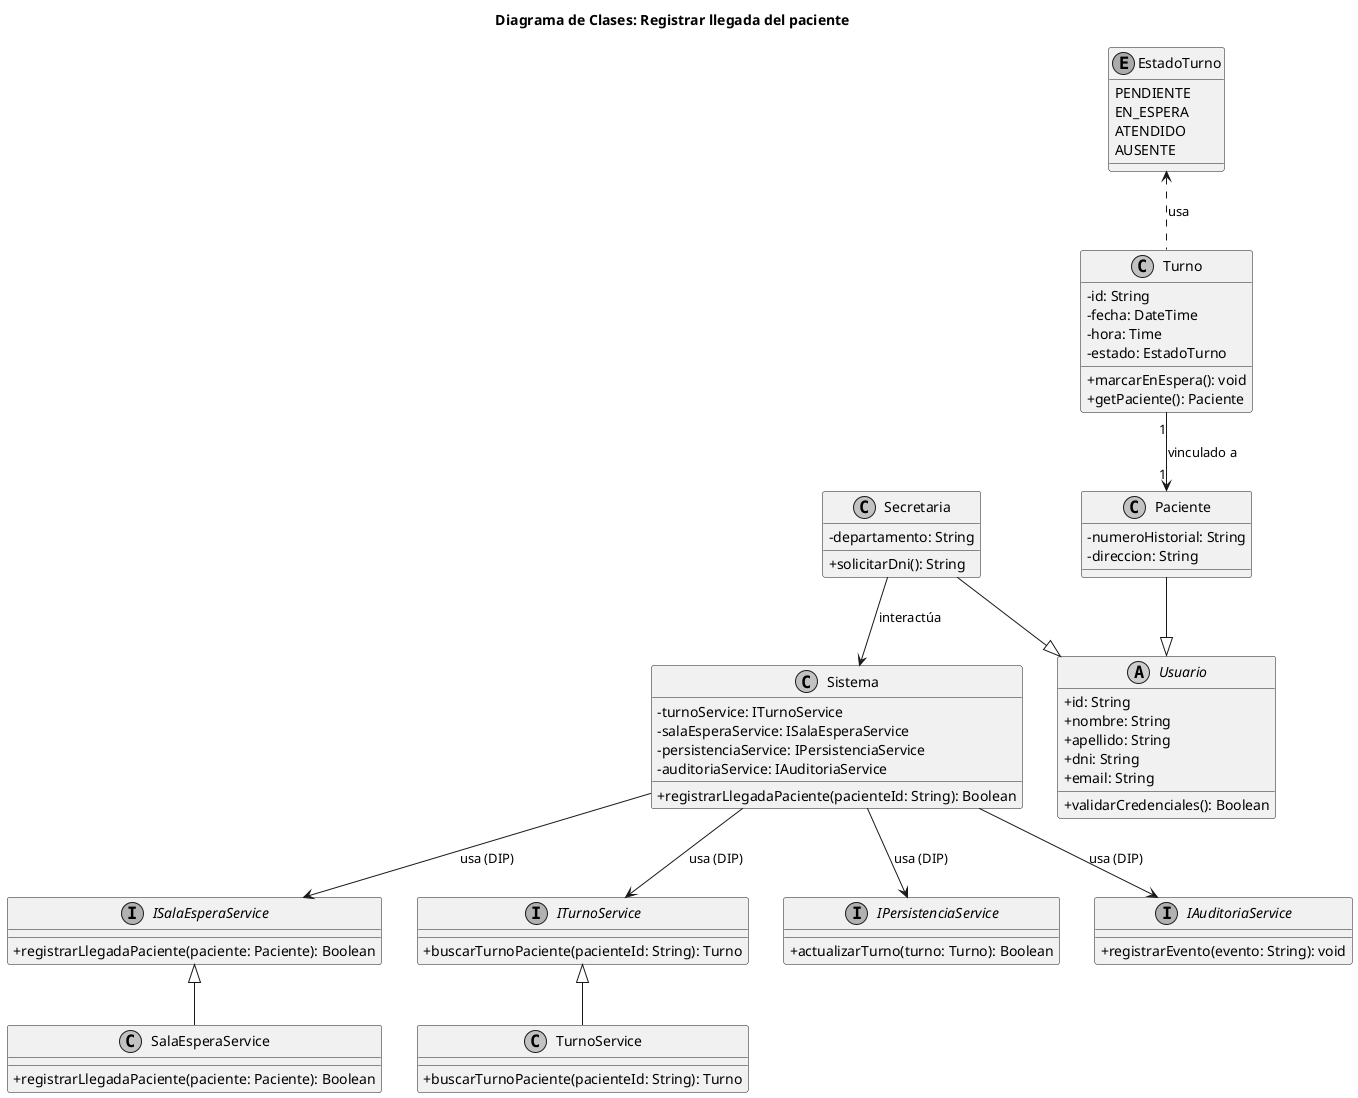
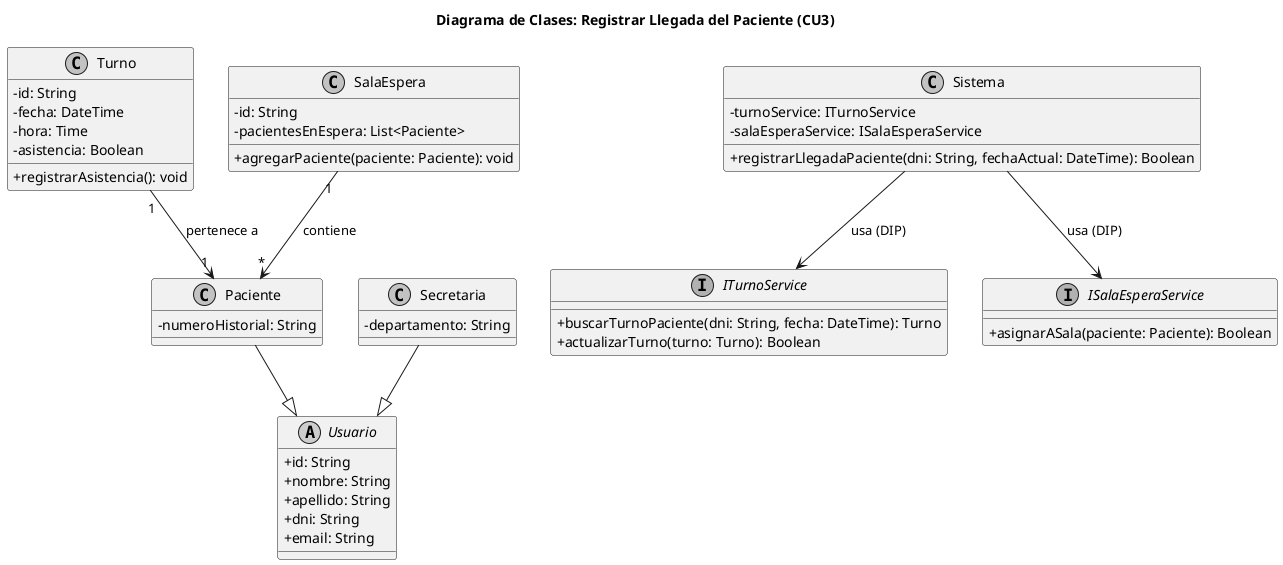
- @startuml 02-clases-registrar-llegada-02
- title Diagrama de Clases: Registrar llegada del paciente
+ @startuml 03-clases-registrar-llegada-03
+ title Diagrama de Clases: Registrar Llegada del Paciente (CU3)

skinparam classAttributeIconSize 0
skinparam monochrome true

abstract class Usuario {
    +id: String
    +nombre: String
    +apellido: String
    +dni: String
    +email: String
-     +validarCredenciales(): Boolean
}

class Paciente {
    -numeroHistorial: String
-     -direccion: String
}

class Secretaria {
    -departamento: String
-     +solicitarDni(): String
}

class Turno {
    -id: String
    -fecha: DateTime
    -hora: Time
-     -estado: EstadoTurno
-     +marcarEnEspera(): void
-     +getPaciente(): Paciente
+     -asistencia: Boolean
+     +registrarAsistencia(): void
}

- enum EstadoTurno {
-     PENDIENTE
-     EN_ESPERA
-     ATENDIDO
-     AUSENTE
+ class SalaEspera {
+     -id: String
+     -pacientesEnEspera: List<Paciente>
+     +agregarPaciente(paciente: Paciente): void
}

interface ITurnoService {
-     +buscarTurnoPaciente(pacienteId: String): Turno
+     +buscarTurnoPaciente(dni: String, fecha: DateTime): Turno
+     +actualizarTurno(turno: Turno): Boolean
}

interface ISalaEsperaService {
-     +registrarLlegadaPaciente(paciente: Paciente): Boolean
- }
- 
- interface IPersistenciaService {
-     +actualizarTurno(turno: Turno): Boolean
- }
- 
- interface IAuditoriaService {
-     +registrarEvento(evento: String): void
+     +asignarASala(paciente: Paciente): Boolean
}

class Sistema {
    -turnoService: ITurnoService
    -salaEsperaService: ISalaEsperaService
-     -persistenciaService: IPersistenciaService
-     -auditoriaService: IAuditoriaService
-     +registrarLlegadaPaciente(pacienteId: String): Boolean
- }
- 
- class TurnoService {
-     +buscarTurnoPaciente(pacienteId: String): Turno
- }
- 
- class SalaEsperaService {
-     +registrarLlegadaPaciente(paciente: Paciente): Boolean
+     +registrarLlegadaPaciente(dni: String, fechaActual: DateTime): Boolean
}

Paciente --|> Usuario
Secretaria --|> Usuario
- Turno "1" --> "1" Paciente : vinculado a
- Turno .up.> EstadoTurno : usa
- 
+ Turno "1" --> "1" Paciente : pertenece a
Sistema --> ITurnoService : usa (DIP)
Sistema --> ISalaEsperaService : usa (DIP)
- Sistema --> IPersistenciaService : usa (DIP)
- Sistema --> IAuditoriaService : usa (DIP)
+ SalaEspera "1" --> "*" Paciente : contiene

- TurnoService -up-|> ITurnoService
- SalaEsperaService -up-|> ISalaEsperaService
- 
- Secretaria --> Sistema : interactúa
- @enduml
+ @enduml